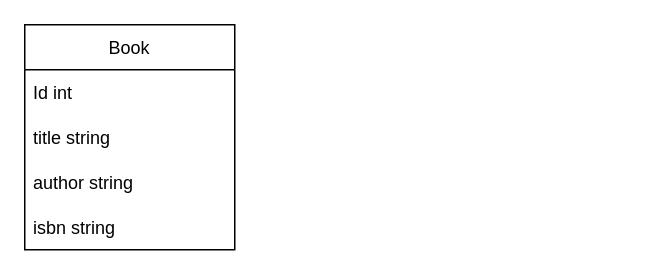
ArnRso/formation_campus_lac keeps this draw.io diagram as UML.drawio. Above is the earlier version. Source tidied: cells renumbered, new cells numbered last; positions are measured from the earlier drawing's top-left corner, leaving out a move shared by most shapes. Both pictures are drawn from the tidied source at 150%, with x=0, y=0 at pixel (24, 24).
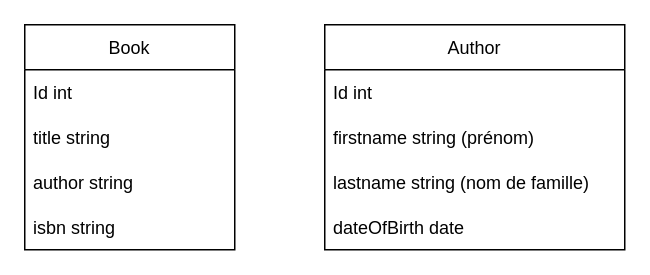
The same page after the edit.

Diff of the diagram source:
```diff
@@
 <mxGraphModel>
   <root>
     <mxCell id="0" />
     <mxCell id="1" parent="0" />
     <mxCell id="2" value="Book" style="swimlane;fontStyle=0;horizontal=1;startSize=30;" parent="1" vertex="1">
       <mxGeometry width="140" height="150" as="geometry" />
     </mxCell>
     <mxCell id="3" value="Id int" style="text;strokeColor=none;fillColor=none;align=left;verticalAlign=middle;spacingLeft=4;spacingRight=4;overflow=hidden;" parent="2" vertex="1">
       <mxGeometry y="30" width="140" height="30" as="geometry" />
     </mxCell>
     <mxCell id="4" value="title string" style="text;strokeColor=none;fillColor=none;align=left;verticalAlign=middle;spacingLeft=4;spacingRight=4;overflow=hidden;" parent="2" vertex="1">
       <mxGeometry y="60" width="140" height="30" as="geometry" />
     </mxCell>
     <mxCell id="5" value="author string" style="text;strokeColor=none;fillColor=none;align=left;verticalAlign=middle;spacingLeft=4;spacingRight=4;overflow=hidden;" parent="2" vertex="1">
       <mxGeometry y="90" width="140" height="30" as="geometry" />
     </mxCell>
     <mxCell id="6" value="isbn string" style="text;strokeColor=none;fillColor=none;align=left;verticalAlign=middle;spacingLeft=4;spacingRight=4;overflow=hidden;" parent="2" vertex="1">
       <mxGeometry y="120" width="140" height="30" as="geometry" />
     </mxCell>
+    <mxCell id="7" value="Author" style="swimlane;fontStyle=0;horizontal=1;startSize=30;" parent="1" vertex="1">
+      <mxGeometry x="200" width="200" height="150" as="geometry" />
+    </mxCell>
+    <mxCell id="8" value="Id int" style="text;strokeColor=none;fillColor=none;align=left;verticalAlign=middle;spacingLeft=4;spacingRight=4;overflow=hidden;" parent="7" vertex="1">
+      <mxGeometry y="30" width="200" height="30" as="geometry" />
+    </mxCell>
+    <mxCell id="9" value="firstname string (prénom)" style="text;strokeColor=none;fillColor=none;align=left;verticalAlign=middle;spacingLeft=4;spacingRight=4;overflow=hidden;" parent="7" vertex="1">
+      <mxGeometry y="60" width="200" height="30" as="geometry" />
+    </mxCell>
+    <mxCell id="10" value="lastname string (nom de famille)" style="text;strokeColor=none;fillColor=none;align=left;verticalAlign=middle;spacingLeft=4;spacingRight=4;overflow=hidden;" parent="7" vertex="1">
+      <mxGeometry y="90" width="200" height="30" as="geometry" />
+    </mxCell>
+    <mxCell id="11" value="dateOfBirth date" style="text;strokeColor=none;fillColor=none;align=left;verticalAlign=middle;spacingLeft=4;spacingRight=4;overflow=hidden;" parent="7" vertex="1">
+      <mxGeometry y="120" width="200" height="30" as="geometry" />
+    </mxCell>
   </root>
 </mxGraphModel>
```
